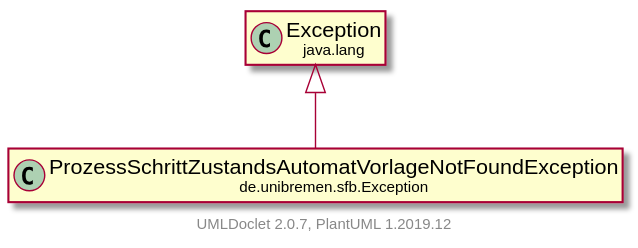
This is doc/UML/modulsichtSVG/ProzessSchrittZustandsAutomatVorlageNotFoundException.svg from fkehlenb/softwareprojekt-2, a PlantUML export, as it was before one commit.
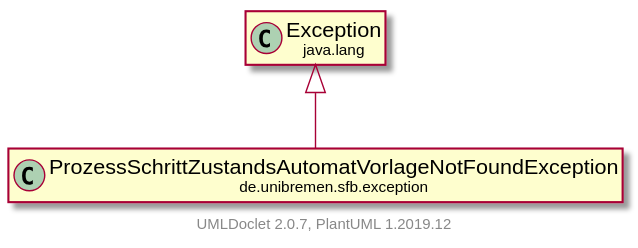
The same file after the commit.

Change to the diagram source:
```diff
@@ -3,11 +3,11 @@
     hide empty fields
     hide empty methods
 
-    class "<size:14>ProzessSchrittZustandsAutomatVorlageNotFoundException\n<size:10>de.unibremen.sfb.Exception" as de.unibremen.sfb.Exception.ProzessSchrittZustandsAutomatVorlageNotFoundException [[ProzessSchrittZustandsAutomatVorlageNotFoundException.html]]
+    class "<size:14>ProzessSchrittZustandsAutomatVorlageNotFoundException\n<size:10>de.unibremen.sfb.exception" as de.unibremen.sfb.exception.ProzessSchrittZustandsAutomatVorlageNotFoundException [[ProzessSchrittZustandsAutomatVorlageNotFoundException.html]]
 
-    class "<size:14>Exception\n<size:10>java.lang" as java.lang.Exception [[https://docs.oracle.com/en/java/javase/11/docs/api/java.base/java/lang/Exception.html?is-external=true]]
+    class "<size:14>exception\n<size:10>java.lang" as java.lang.exception [[https://docs.oracle.com/en/java/javase/11/docs/api/java.base/java/lang/Exception.html?is-external=true]]
 
-    java.lang.Exception <|-- de.unibremen.sfb.Exception.ProzessSchrittZustandsAutomatVorlageNotFoundException
+    java.lang.exception <|-- de.unibremen.sfb.exception.ProzessSchrittZustandsAutomatVorlageNotFoundException
 
     center footer UMLDoclet 2.0.7, PlantUML 1.2019.12
 @enduml
```
